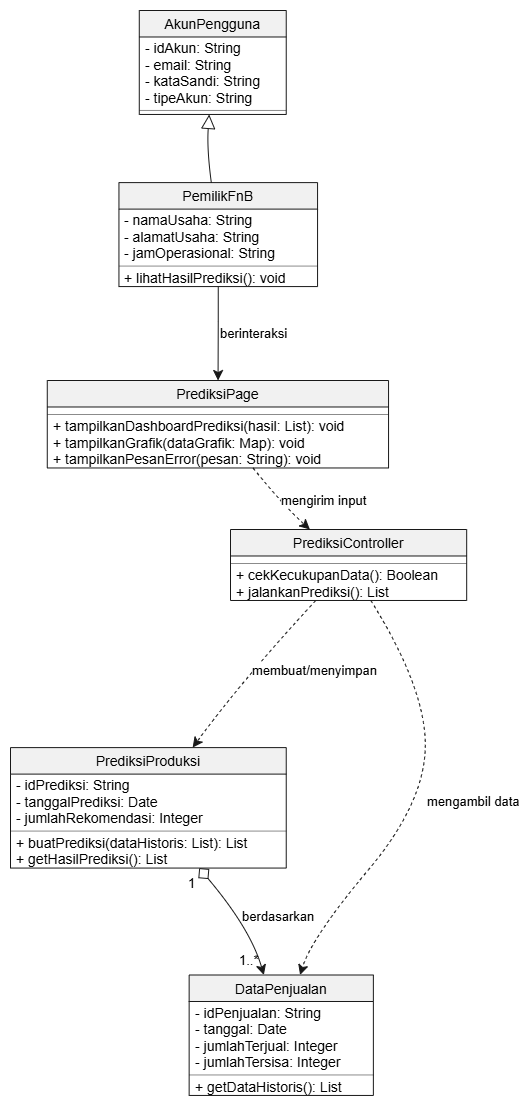
This is docs/M8/assets/diagram/Gambar 3.5.3. Diagram Kelas Melihat Hasil Prediksi Produksi.png from Edbertf/IF2150-RPL-K03-G08, a draw.io export, as it was before one commit. Source tidied: cells renumbered, new cells last; positions are measured from the earlier drawing's top-left corner, leaving out a move shared by most shapes.
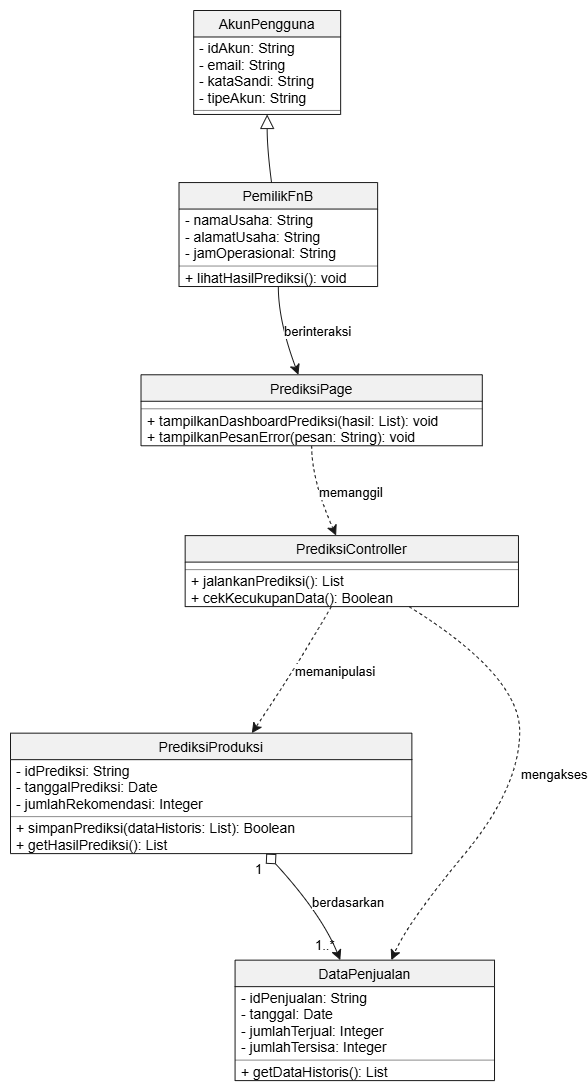
The same diagram one commit later.

Change to the diagram source:
```diff
@@ -6,7 +6,7 @@
       <mxGeometry as="geometry" />
     </mxCell>
     <mxCell id="3" value="AkunPengguna" style="swimlane;fontStyle=0;align=center;fontSize=14;fontColor=#000000;startSize=26.49;spacingLeft=0;fillColor=#F1F1F1;strokeColor=#181818;horizontal=1;" parent="2" vertex="1">
-      <mxGeometry x="158.8" y="30" width="147" height="104" as="geometry" />
+      <mxGeometry x="213.2" y="30" width="147" height="104" as="geometry" />
     </mxCell>
     <mxCell id="4" value="- idAkun: String" style="text;html=1;align=left;verticalAlign=middle;spacingLeft=4;spacingRight=4;fillColor=none;strokeColor=none;fontSize=14;fontColor=#000000;fontStyle=0;whiteSpace=wrap;" parent="3" vertex="1">
       <mxGeometry y="30" width="147" height="16.5" as="geometry" />
@@ -24,7 +24,7 @@
       <mxGeometry y="96" width="147" height="8" as="geometry" />
     </mxCell>
     <mxCell id="9" value="PemilikFnB" style="swimlane;fontStyle=0;align=center;fontSize=14;fontColor=#000000;startSize=26.49;spacingLeft=0;fillColor=#F1F1F1;strokeColor=#181818;horizontal=1;" parent="2" vertex="1">
-      <mxGeometry x="138.4" y="202.1" width="198.6" height="104" as="geometry" />
+      <mxGeometry x="198.5" y="202.1" width="198.6" height="104" as="geometry" />
     </mxCell>
     <mxCell id="10" value="- namaUsaha: String" style="text;html=1;align=left;verticalAlign=middle;spacingLeft=4;spacingRight=4;fillColor=none;strokeColor=none;fontSize=14;fontColor=#000000;fontStyle=0;whiteSpace=wrap;" parent="9" vertex="1">
       <mxGeometry y="30" width="198.6" height="16.5" as="geometry" />
@@ -42,7 +42,7 @@
       <mxGeometry y="87.5" width="198.6" height="16.5" as="geometry" />
     </mxCell>
     <mxCell id="15" value="PrediksiPage" style="swimlane;fontStyle=0;align=center;fontSize=14;fontColor=#000000;startSize=26.49;spacingLeft=0;fillColor=#F1F1F1;strokeColor=#181818;horizontal=1;" parent="2" vertex="1">
-      <mxGeometry x="66.8" y="400" width="341.3" height="87.5" as="geometry" />
+      <mxGeometry x="160.5" y="394.3" width="341.3" height="71" as="geometry" />
     </mxCell>
     <mxCell id="16" style="line;strokeWidth=0.5;strokeColor=#181818;fillColor=none;align=left;verticalAlign=middle;labelPosition=right;" parent="15" vertex="1">
       <mxGeometry y="30" width="341.3" height="8" as="geometry" />
@@ -50,107 +50,104 @@
     <mxCell id="17" value="+ tampilkanDashboardPrediksi(hasil: List): void" style="text;html=1;align=left;verticalAlign=middle;spacingLeft=4;spacingRight=4;fillColor=none;strokeColor=none;fontSize=14;fontColor=#000000;fontStyle=0;whiteSpace=wrap;" parent="15" vertex="1">
       <mxGeometry y="38" width="341.3" height="16.5" as="geometry" />
     </mxCell>
-    <mxCell id="18" value="+ tampilkanGrafik(dataGrafik: Map): void" style="text;html=1;align=left;verticalAlign=middle;spacingLeft=4;spacingRight=4;fillColor=none;strokeColor=none;fontSize=14;fontColor=#000000;fontStyle=0;whiteSpace=wrap;" parent="15" vertex="1">
-      <mxGeometry y="54.5" width="341.3" height="16.5" as="geometry" />
-    </mxCell>
     <mxCell id="19" value="+ tampilkanPesanError(pesan: String): void" style="text;html=1;align=left;verticalAlign=middle;spacingLeft=4;spacingRight=4;fillColor=none;strokeColor=none;fontSize=14;fontColor=#000000;fontStyle=0;whiteSpace=wrap;" parent="15" vertex="1">
-      <mxGeometry y="71" width="341.3" height="16.5" as="geometry" />
+      <mxGeometry y="54.5" width="341.3" height="16.5" as="geometry" />
     </mxCell>
     <mxCell id="20" value="PrediksiController" style="swimlane;fontStyle=0;align=center;fontSize=14;fontColor=#000000;startSize=26.49;spacingLeft=0;fillColor=#F1F1F1;strokeColor=#181818;horizontal=1;" parent="2" vertex="1">
-      <mxGeometry x="250" y="549" width="236.2" height="71" as="geometry" />
+      <mxGeometry x="204.7" y="555.1" width="333.3" height="71" as="geometry" />
     </mxCell>
-    <mxCell id="21" style="line;strokeWidth=0.5;strokeColor=#181818;fillColor=none;align=left;verticalAlign=middle;labelPosition=right;" parent="20" vertex="1">
-      <mxGeometry y="30" width="236.2" height="8" as="geometry" />
-    </mxCell>
+    <mxCell id="46" style="line;strokeWidth=0.5;strokeColor=#181818;fillColor=none;align=left;verticalAlign=middle;labelPosition=right;" parent="20" vertex="1">
+      <mxGeometry y="30" width="333.3" height="8" as="geometry" />
+    </mxCell>
+    <mxCell id="23" value="+ jalankanPrediksi(): List" style="text;html=1;align=left;verticalAlign=middle;spacingLeft=4;spacingRight=4;fillColor=none;strokeColor=none;fontSize=14;fontColor=#000000;fontStyle=0;whiteSpace=wrap;" parent="20" vertex="1">
+      <mxGeometry y="38" width="333.3" height="16.5" as="geometry" />
+    </mxCell>
     <mxCell id="22" value="+ cekKecukupanData(): Boolean" style="text;html=1;align=left;verticalAlign=middle;spacingLeft=4;spacingRight=4;fillColor=none;strokeColor=none;fontSize=14;fontColor=#000000;fontStyle=0;whiteSpace=wrap;" parent="20" vertex="1">
-      <mxGeometry y="38" width="236.2" height="16.5" as="geometry" />
+      <mxGeometry y="54.5" width="333.3" height="16.5" as="geometry" />
     </mxCell>
-    <mxCell id="23" value="+ jalankanPrediksi(): List" style="text;html=1;align=left;verticalAlign=middle;spacingLeft=4;spacingRight=4;fillColor=none;strokeColor=none;fontSize=14;fontColor=#000000;fontStyle=0;whiteSpace=wrap;" parent="20" vertex="1">
-      <mxGeometry y="54.5" width="236.2" height="16.5" as="geometry" />
-    </mxCell>
     <mxCell id="24" value="DataPenjualan" style="swimlane;fontStyle=0;align=center;fontSize=14;fontColor=#000000;startSize=26.49;spacingLeft=0;fillColor=#F1F1F1;strokeColor=#181818;horizontal=1;" parent="2" vertex="1">
-      <mxGeometry x="208.7" y="994.5" width="184.2" height="120.4" as="geometry" />
+      <mxGeometry x="254.6" y="979.6" width="259.4" height="120.4" as="geometry" />
     </mxCell>
     <mxCell id="25" value="- idPenjualan: String" style="text;html=1;align=left;verticalAlign=middle;spacingLeft=4;spacingRight=4;fillColor=none;strokeColor=none;fontSize=14;fontColor=#000000;fontStyle=0;whiteSpace=wrap;" parent="24" vertex="1">
-      <mxGeometry y="30" width="184.2" height="16.5" as="geometry" />
+      <mxGeometry y="30" width="259.4" height="16.5" as="geometry" />
     </mxCell>
     <mxCell id="26" value="- tanggal: Date" style="text;html=1;align=left;verticalAlign=middle;spacingLeft=4;spacingRight=4;fillColor=none;strokeColor=none;fontSize=14;fontColor=#000000;fontStyle=0;whiteSpace=wrap;" parent="24" vertex="1">
-      <mxGeometry y="46.5" width="184.2" height="16.5" as="geometry" />
+      <mxGeometry y="46.5" width="259.4" height="16.5" as="geometry" />
     </mxCell>
     <mxCell id="27" value="- jumlahTerjual: Integer" style="text;html=1;align=left;verticalAlign=middle;spacingLeft=4;spacingRight=4;fillColor=none;strokeColor=none;fontSize=14;fontColor=#000000;fontStyle=0;whiteSpace=wrap;" parent="24" vertex="1">
-      <mxGeometry y="63" width="184.2" height="16.5" as="geometry" />
+      <mxGeometry y="63" width="259.4" height="16.5" as="geometry" />
     </mxCell>
     <mxCell id="28" value="- jumlahTersisa: Integer" style="text;html=1;align=left;verticalAlign=middle;spacingLeft=4;spacingRight=4;fillColor=none;strokeColor=none;fontSize=14;fontColor=#000000;fontStyle=0;whiteSpace=wrap;" parent="24" vertex="1">
-      <mxGeometry y="79.5" width="184.2" height="16.5" as="geometry" />
+      <mxGeometry y="79.5" width="259.4" height="16.5" as="geometry" />
     </mxCell>
-    <mxCell id="29" style="line;strokeWidth=0.5;strokeColor=#181818;fillColor=none;align=left;verticalAlign=middle;labelPosition=right;" parent="24" vertex="1">
-      <mxGeometry y="96" width="184.2" height="8" as="geometry" />
-    </mxCell>
+    <mxCell id="47" style="line;strokeWidth=0.5;strokeColor=#181818;fillColor=none;align=left;verticalAlign=middle;labelPosition=right;" parent="24" vertex="1">
+      <mxGeometry y="96" width="259.4" height="8" as="geometry" />
+    </mxCell>
     <mxCell id="30" value="+ getDataHistoris(): List" style="text;html=1;align=left;verticalAlign=middle;spacingLeft=4;spacingRight=4;fillColor=none;strokeColor=none;fontSize=14;fontColor=#000000;fontStyle=0;whiteSpace=wrap;" parent="24" vertex="1">
-      <mxGeometry y="104" width="184.2" height="16.5" as="geometry" />
+      <mxGeometry y="104" width="259.4" height="16.5" as="geometry" />
     </mxCell>
     <mxCell id="31" value="PrediksiProduksi" style="swimlane;fontStyle=0;align=center;fontSize=14;fontColor=#000000;startSize=26.49;spacingLeft=0;fillColor=#F1F1F1;strokeColor=#181818;horizontal=1;" parent="2" vertex="1">
-      <mxGeometry x="30" y="767.1" width="275.7" height="120.4" as="geometry" />
+      <mxGeometry x="30" y="752.7" width="401.4" height="120.4" as="geometry" />
     </mxCell>
     <mxCell id="32" value="- idPrediksi: String" style="text;html=1;align=left;verticalAlign=middle;spacingLeft=4;spacingRight=4;fillColor=none;strokeColor=none;fontSize=14;fontColor=#000000;fontStyle=0;whiteSpace=wrap;" parent="31" vertex="1">
-      <mxGeometry y="30" width="275.7" height="16.5" as="geometry" />
+      <mxGeometry y="30" width="401.4" height="16.5" as="geometry" />
     </mxCell>
     <mxCell id="33" value="- tanggalPrediksi: Date" style="text;html=1;align=left;verticalAlign=middle;spacingLeft=4;spacingRight=4;fillColor=none;strokeColor=none;fontSize=14;fontColor=#000000;fontStyle=0;whiteSpace=wrap;" parent="31" vertex="1">
-      <mxGeometry y="46.5" width="275.7" height="16.5" as="geometry" />
+      <mxGeometry y="46.5" width="401.4" height="16.5" as="geometry" />
     </mxCell>
     <mxCell id="34" value="- jumlahRekomendasi: Integer" style="text;html=1;align=left;verticalAlign=middle;spacingLeft=4;spacingRight=4;fillColor=none;strokeColor=none;fontSize=14;fontColor=#000000;fontStyle=0;whiteSpace=wrap;" parent="31" vertex="1">
-      <mxGeometry y="63" width="275.7" height="16.5" as="geometry" />
+      <mxGeometry y="63" width="401.4" height="16.5" as="geometry" />
     </mxCell>
-    <mxCell id="35" style="line;strokeWidth=0.5;strokeColor=#181818;fillColor=none;align=left;verticalAlign=middle;labelPosition=right;" parent="31" vertex="1">
-      <mxGeometry y="79.5" width="275.7" height="8" as="geometry" />
-    </mxCell>
-    <mxCell id="36" value="+ buatPrediksi(dataHistoris: List): List" style="text;html=1;align=left;verticalAlign=middle;spacingLeft=4;spacingRight=4;fillColor=none;strokeColor=none;fontSize=14;fontColor=#000000;fontStyle=0;whiteSpace=wrap;" parent="31" vertex="1">
-      <mxGeometry y="87.5" width="275.7" height="16.5" as="geometry" />
-    </mxCell>
+    <mxCell id="48" style="line;strokeWidth=0.5;strokeColor=#181818;fillColor=none;align=left;verticalAlign=middle;labelPosition=right;" parent="31" vertex="1">
+      <mxGeometry y="79.5" width="401.4" height="8" as="geometry" />
+    </mxCell>
+    <mxCell id="49" value="+ simpanPrediksi(dataHistoris: List): Boolean" style="text;html=1;align=left;verticalAlign=middle;spacingLeft=4;spacingRight=4;fillColor=none;strokeColor=none;fontSize=14;fontColor=#000000;fontStyle=0;whiteSpace=wrap;" parent="31" vertex="1">
+      <mxGeometry y="87.5" width="401.4" height="16.5" as="geometry" />
+    </mxCell>
     <mxCell id="37" value="+ getHasilPrediksi(): List" style="text;html=1;align=left;verticalAlign=middle;spacingLeft=4;spacingRight=4;fillColor=none;strokeColor=none;fontSize=14;fontColor=#000000;fontStyle=0;whiteSpace=wrap;" parent="31" vertex="1">
-      <mxGeometry y="104" width="275.7" height="16.5" as="geometry" />
+      <mxGeometry y="104" width="401.4" height="16.5" as="geometry" />
     </mxCell>
     <mxCell id="38" style="endArrow=block;endFill=0;endSize=12;html=1;strokeColor=#181818;fontColor=#000000;fontSize=13;curved=1;rounded=0;sourcePerimeterSpacing=0;targetPerimeterSpacing=0;" parent="2" edge="1" source="9" target="3">
       <mxGeometry relative="1" as="geometry">
         <Array as="points">
-          <mxPoint x="226.3" y="168.4" />
+          <mxPoint x="286.7" y="168.4" />
         </Array>
       </mxGeometry>
     </mxCell>
     <mxCell id="39" value="berinteraksi" style="endArrow=classic;endFill=1;endSize=8;html=1;strokeColor=#181818;fontColor=#000000;fontSize=13;labelPosition=right;align=left;curved=1;rounded=0;sourcePerimeterSpacing=0;targetPerimeterSpacing=0;" parent="2" edge="1" source="9" target="15">
       <mxGeometry relative="1" as="geometry">
         <Array as="points">
-          <mxPoint x="237.8" y="340.6" />
+          <mxPoint x="297.8" y="340.5" />
         </Array>
       </mxGeometry>
     </mxCell>
-    <mxCell id="40" value="mengirim input" style="dashed=1;endArrow=classic;endFill=1;endSize=8;html=1;strokeColor=#181818;fontColor=#000000;fontSize=13;labelPosition=right;align=left;curved=1;rounded=0;sourcePerimeterSpacing=0;targetPerimeterSpacing=0;" parent="2" edge="1" source="15" target="20">
+    <mxCell id="40" value="memanggil" style="dashed=1;endArrow=classic;endFill=1;endSize=8;html=1;strokeColor=#181818;fontColor=#000000;fontSize=13;labelPosition=right;align=left;curved=1;rounded=0;sourcePerimeterSpacing=0;targetPerimeterSpacing=0;" parent="2" edge="1" source="15" target="20">
       <mxGeometry relative="1" as="geometry">
         <Array as="points">
-          <mxPoint x="301.4" y="523.4" />
+          <mxPoint x="331.1" y="499.8" />
         </Array>
       </mxGeometry>
     </mxCell>
-    <mxCell id="41" value="membuat/menyimpan" style="dashed=1;endArrow=classic;endFill=1;endSize=8;html=1;strokeColor=#181818;fontColor=#000000;fontSize=13;labelPosition=right;align=left;curved=1;rounded=0;sourcePerimeterSpacing=0;targetPerimeterSpacing=0;" parent="2" edge="1" source="20" target="31">
+    <mxCell id="41" value="memanipulasi" style="dashed=1;endArrow=classic;endFill=1;endSize=8;html=1;strokeColor=#181818;fontColor=#000000;fontSize=13;labelPosition=right;align=left;curved=1;rounded=0;sourcePerimeterSpacing=0;targetPerimeterSpacing=0;" parent="2" edge="1" source="20" target="31">
       <mxGeometry relative="1" as="geometry">
         <Array as="points">
-          <mxPoint x="262.1" y="699.1" />
+          <mxPoint x="315.8" y="686.8" />
         </Array>
       </mxGeometry>
     </mxCell>
-    <mxCell id="42" value="mengambil data" style="dashed=1;endArrow=classic;endFill=1;endSize=8;html=1;strokeColor=#181818;fontColor=#000000;fontSize=13;labelPosition=right;align=left;curved=1;rounded=0;sourcePerimeterSpacing=0;targetPerimeterSpacing=0;" parent="2" edge="1" source="20" target="24">
+    <mxCell id="42" value="mengakses" style="dashed=1;endArrow=classic;endFill=1;endSize=8;html=1;strokeColor=#181818;fontColor=#000000;fontSize=13;labelPosition=right;align=left;curved=1;rounded=0;sourcePerimeterSpacing=0;targetPerimeterSpacing=0;" parent="2" edge="1" source="20" target="24">
       <mxGeometry relative="1" as="geometry">
         <Array as="points">
-          <mxPoint x="444.8" y="707.1" />
-          <mxPoint x="444.8" y="821.6" />
-          <mxPoint x="331.5" y="956.5" />
+          <mxPoint x="539.2" y="694.8" />
+          <mxPoint x="539.2" y="807.1" />
+          <mxPoint x="427.5" y="941.6" />
         </Array>
       </mxGeometry>
     </mxCell>
     <mxCell id="43" value="berdasarkan" style="startArrow=diamond;startFill=0;startSize=12;html=1;strokeColor=#181818;fontColor=#000000;fontSize=13;endArrow=classic;endFill=1;endSize=8;labelPosition=right;align=left;curved=1;rounded=0;sourcePerimeterSpacing=0;targetPerimeterSpacing=0;" parent="2" edge="1" source="31" target="24">
       <mxGeometry relative="1" as="geometry">
         <Array as="points">
-          <mxPoint x="270.1" y="948.5" />
+          <mxPoint x="341.1" y="933.6" />
         </Array>
       </mxGeometry>
     </mxCell>
@@ -161,7 +158,7 @@
     </mxCell>
     <mxCell id="45" value="1..*" style="text;html=1;align=left;verticalAlign=middle;fillColor=none;strokeColor=none;fontSize=13;fontColor=#000000;" parent="43" vertex="1">
       <mxGeometry x="1" width="27" height="16" relative="1" as="geometry">
-        <mxPoint x="-26.9" y="-23.3" as="offset" />
+        <mxPoint x="-27" y="-23.4" as="offset" />
       </mxGeometry>
     </mxCell>
   </root>
```
